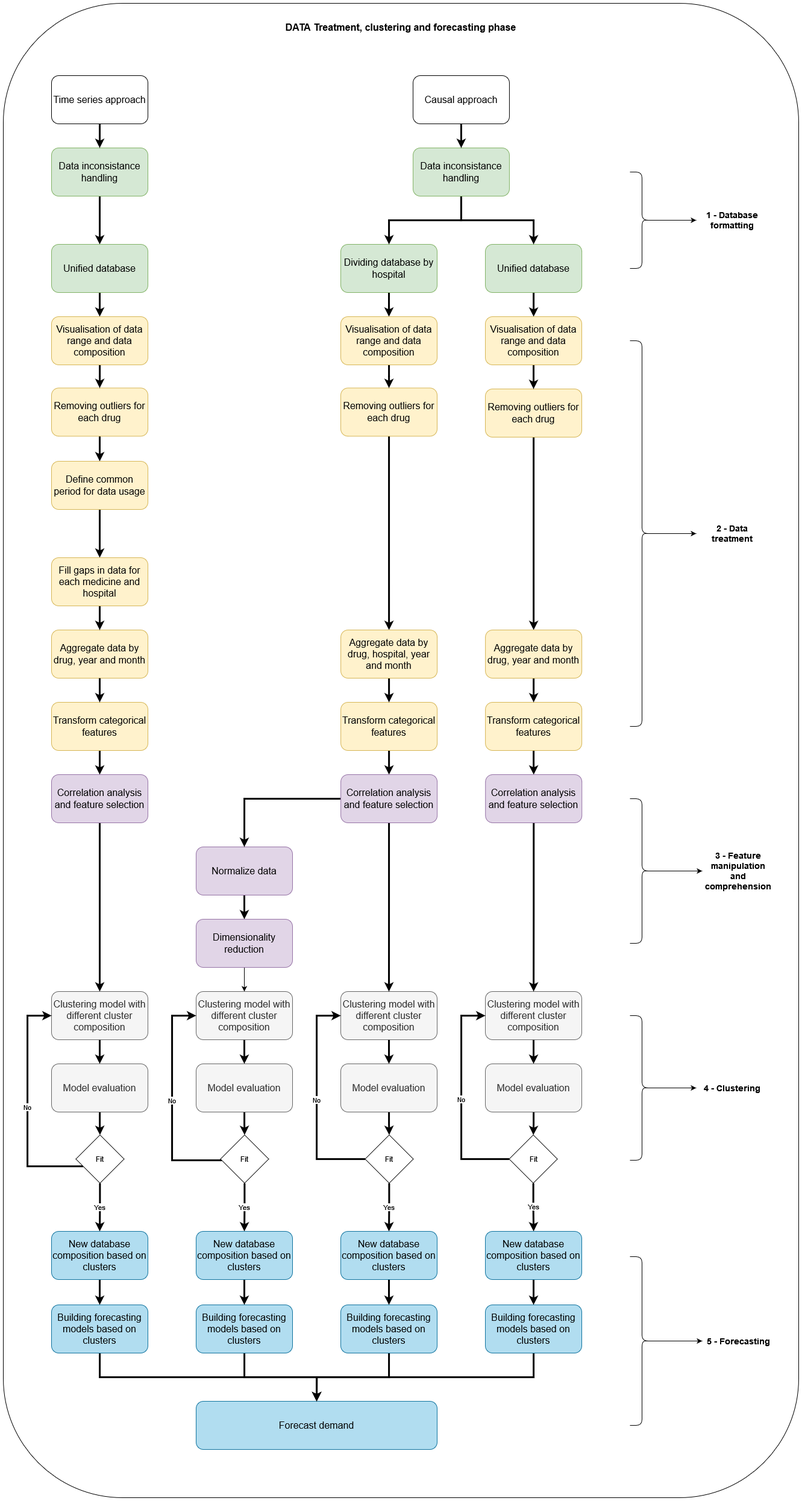
Before: figures/3_materials_and_methods/detailed_clustering_pipeline.png, a diagram exported from draw.io (douglasmmachado/MedicineConsumption). Source tidied: cells renumbered, new cells last; positions are measured from the earlier drawing's top-left corner, leaving out a move shared by most shapes.
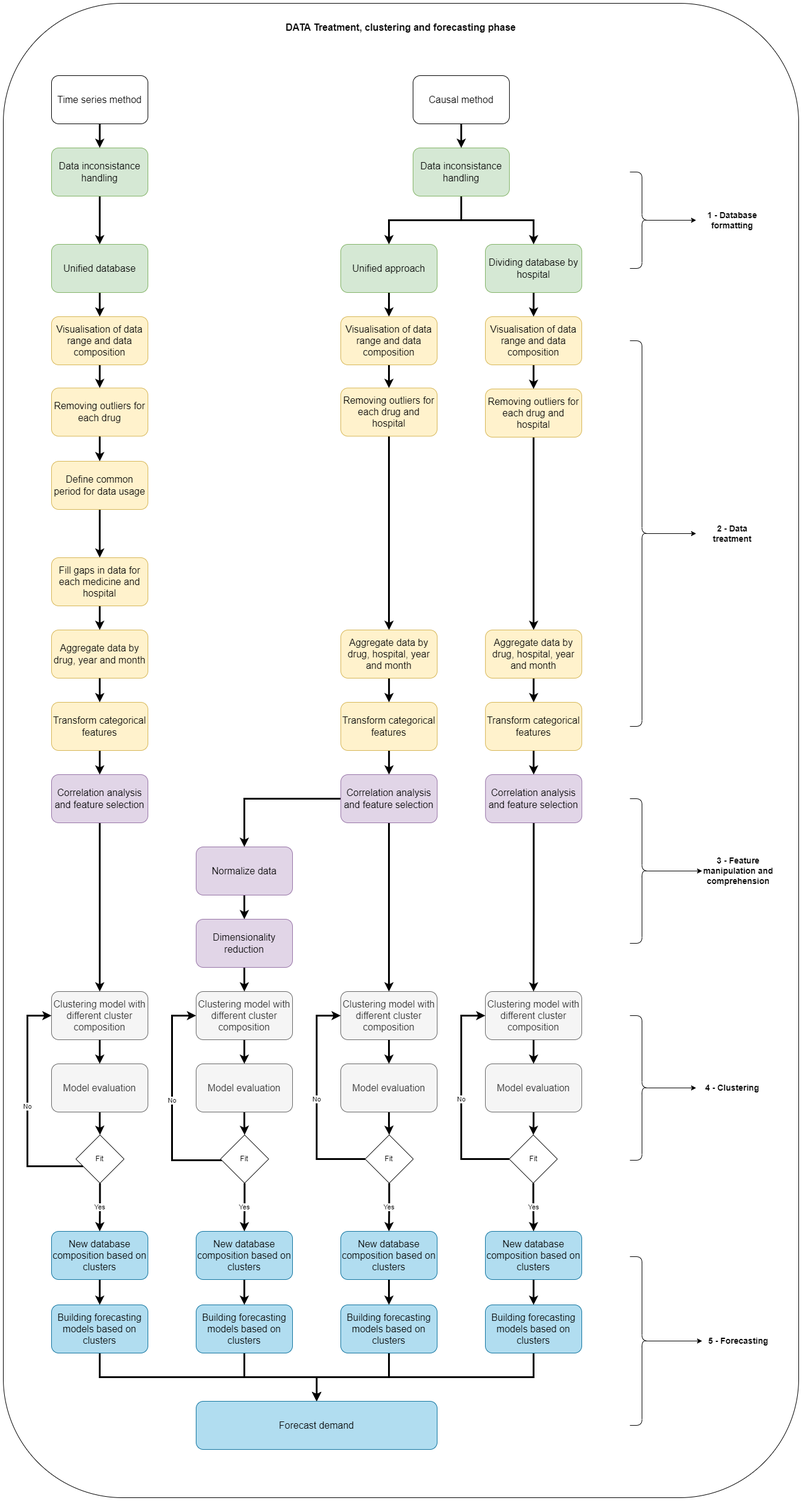
Later version of the same file.

Diff of the diagram source:
```diff
@@ -8,25 +8,25 @@
     <mxCell id="3" style="edgeStyle=orthogonalEdgeStyle;rounded=0;jettySize=auto;html=1;strokeWidth=3;" parent="1" edge="1" source="4" target="71">
       <mxGeometry relative="1" as="geometry" />
     </mxCell>
-    <mxCell id="4" value="Dividing database by hospital" style="rounded=1;whiteSpace=wrap;html=1;fontSize=16;fillColor=#d5e8d4;strokeColor=#82b366;" parent="1" vertex="1">
+    <mxCell id="4" value="Unified approach" style="rounded=1;whiteSpace=wrap;html=1;fontSize=16;fillColor=#d5e8d4;strokeColor=#82b366;" parent="1" vertex="1">
       <mxGeometry x="560" y="400" width="160" height="80" as="geometry" />
     </mxCell>
     <mxCell id="5" style="edgeStyle=orthogonalEdgeStyle;rounded=0;jettySize=auto;html=1;strokeWidth=3;" parent="1" edge="1" source="6" target="73">
       <mxGeometry relative="1" as="geometry" />
     </mxCell>
-    <mxCell id="6" value="Unified database" style="rounded=1;whiteSpace=wrap;html=1;fontSize=16;fillColor=#d5e8d4;strokeColor=#82b366;" parent="1" vertex="1">
+    <mxCell id="6" value="Dividing database by hospital" style="rounded=1;whiteSpace=wrap;html=1;fontSize=16;fillColor=#d5e8d4;strokeColor=#82b366;" parent="1" vertex="1">
       <mxGeometry x="800" y="400" width="160.1" height="80" as="geometry" />
     </mxCell>
     <mxCell id="7" style="edgeStyle=orthogonalEdgeStyle;rounded=0;jettySize=auto;html=1;strokeWidth=3;entryX=0.5;entryY=0;entryDx=0;entryDy=0;" parent="1" edge="1" source="8" target="19">
       <mxGeometry relative="1" as="geometry" />
     </mxCell>
-    <mxCell id="8" value="Removing outliers for each drug" style="rounded=1;whiteSpace=wrap;html=1;fontSize=16;fillColor=#fff2cc;strokeColor=#d6b656;" parent="1" vertex="1">
+    <mxCell id="8" value="Removing outliers for each drug and hospital" style="rounded=1;whiteSpace=wrap;html=1;fontSize=16;fillColor=#fff2cc;strokeColor=#d6b656;" parent="1" vertex="1">
       <mxGeometry x="560" y="638.4" width="160" height="80" as="geometry" />
     </mxCell>
     <mxCell id="9" style="edgeStyle=orthogonalEdgeStyle;rounded=0;jettySize=auto;html=1;strokeWidth=3;entryX=0.5;entryY=0;entryDx=0;entryDy=0;" parent="1" edge="1" source="10" target="21">
       <mxGeometry relative="1" as="geometry" />
     </mxCell>
-    <mxCell id="10" value="Removing outliers for each drug" style="rounded=1;whiteSpace=wrap;html=1;fontSize=16;fillColor=#fff2cc;strokeColor=#d6b656;" parent="1" vertex="1">
+    <mxCell id="10" value="Removing outliers for each drug and hospital" style="rounded=1;whiteSpace=wrap;html=1;fontSize=16;fillColor=#fff2cc;strokeColor=#d6b656;" parent="1" vertex="1">
       <mxGeometry x="800" y="640" width="160" height="80" as="geometry" />
     </mxCell>
     <mxCell id="11" style="edgeStyle=orthogonalEdgeStyle;rounded=0;jettySize=auto;html=1;strokeWidth=3;" parent="1" edge="1" source="13" target="4">
@@ -59,7 +59,7 @@
     <mxCell id="20" style="edgeStyle=orthogonalEdgeStyle;rounded=0;jettySize=auto;html=1;strokeWidth=3;" parent="1" edge="1" source="21" target="17">
       <mxGeometry relative="1" as="geometry" />
     </mxCell>
-    <mxCell id="21" value="Aggregate data by drug, year and month" style="rounded=1;whiteSpace=wrap;html=1;fontSize=16;fillColor=#fff2cc;strokeColor=#d6b656;" parent="1" vertex="1">
+    <mxCell id="21" value="Aggregate data by drug, hospital, year and month" style="rounded=1;whiteSpace=wrap;html=1;fontSize=16;fillColor=#fff2cc;strokeColor=#d6b656;" parent="1" vertex="1">
       <mxGeometry x="800.1" y="1040" width="160" height="80" as="geometry" />
     </mxCell>
     <mxCell id="22" style="edgeStyle=orthogonalEdgeStyle;rounded=0;jettySize=auto;html=1;strokeWidth=3;" parent="1" edge="1" source="23" target="66">
@@ -206,7 +206,7 @@
     <mxCell id="64" value="Correlation analysis and feature selection" style="rounded=1;whiteSpace=wrap;html=1;fontSize=16;fillColor=#e1d5e7;strokeColor=#9673a6;" parent="1" vertex="1">
       <mxGeometry x="800.2" y="1280" width="160" height="80" as="geometry" />
     </mxCell>
-    <mxCell id="65" style="edgeStyle=orthogonalEdgeStyle;rounded=0;jettySize=auto;html=1;" parent="1" edge="1" source="66" target="98">
+    <mxCell id="65" style="edgeStyle=orthogonalEdgeStyle;rounded=0;jettySize=auto;html=1;strokeWidth=3;" parent="1" edge="1" source="66" target="98">
       <mxGeometry relative="1" as="geometry" />
     </mxCell>
     <mxCell id="66" value="Dimensionality reduction" style="rounded=1;whiteSpace=wrap;html=1;fontSize=16;fillColor=#e1d5e7;strokeColor=#9673a6;" parent="1" vertex="1">
@@ -293,13 +293,13 @@
     <mxCell id="93" style="edgeStyle=orthogonalEdgeStyle;rounded=0;jettySize=auto;html=1;strokeWidth=3;" parent="1" edge="1" source="94" target="75">
       <mxGeometry relative="1" as="geometry" />
     </mxCell>
-    <mxCell id="94" value="Time series approach" style="rounded=1;whiteSpace=wrap;html=1;fontSize=16;" parent="1" vertex="1">
+    <mxCell id="94" value="Time series method" style="rounded=1;whiteSpace=wrap;html=1;fontSize=16;" parent="1" vertex="1">
       <mxGeometry x="80" y="120" width="160" height="80" as="geometry" />
     </mxCell>
     <mxCell id="95" style="edgeStyle=orthogonalEdgeStyle;rounded=0;jettySize=auto;html=1;entryX=0.5;entryY=0;entryDx=0;entryDy=0;strokeWidth=3;" parent="1" edge="1" source="96" target="13">
       <mxGeometry relative="1" as="geometry" />
     </mxCell>
-    <mxCell id="96" value="Causal approach" style="rounded=1;whiteSpace=wrap;html=1;fontSize=16;" parent="1" vertex="1">
+    <mxCell id="96" value="Causal method" style="rounded=1;whiteSpace=wrap;html=1;fontSize=16;" parent="1" vertex="1">
       <mxGeometry x="680" y="120" width="159.9" height="80" as="geometry" />
     </mxCell>
     <mxCell id="97" style="edgeStyle=orthogonalEdgeStyle;rounded=0;jettySize=auto;html=1;strokeWidth=3;" parent="1" edge="1" source="98" target="100">
```
